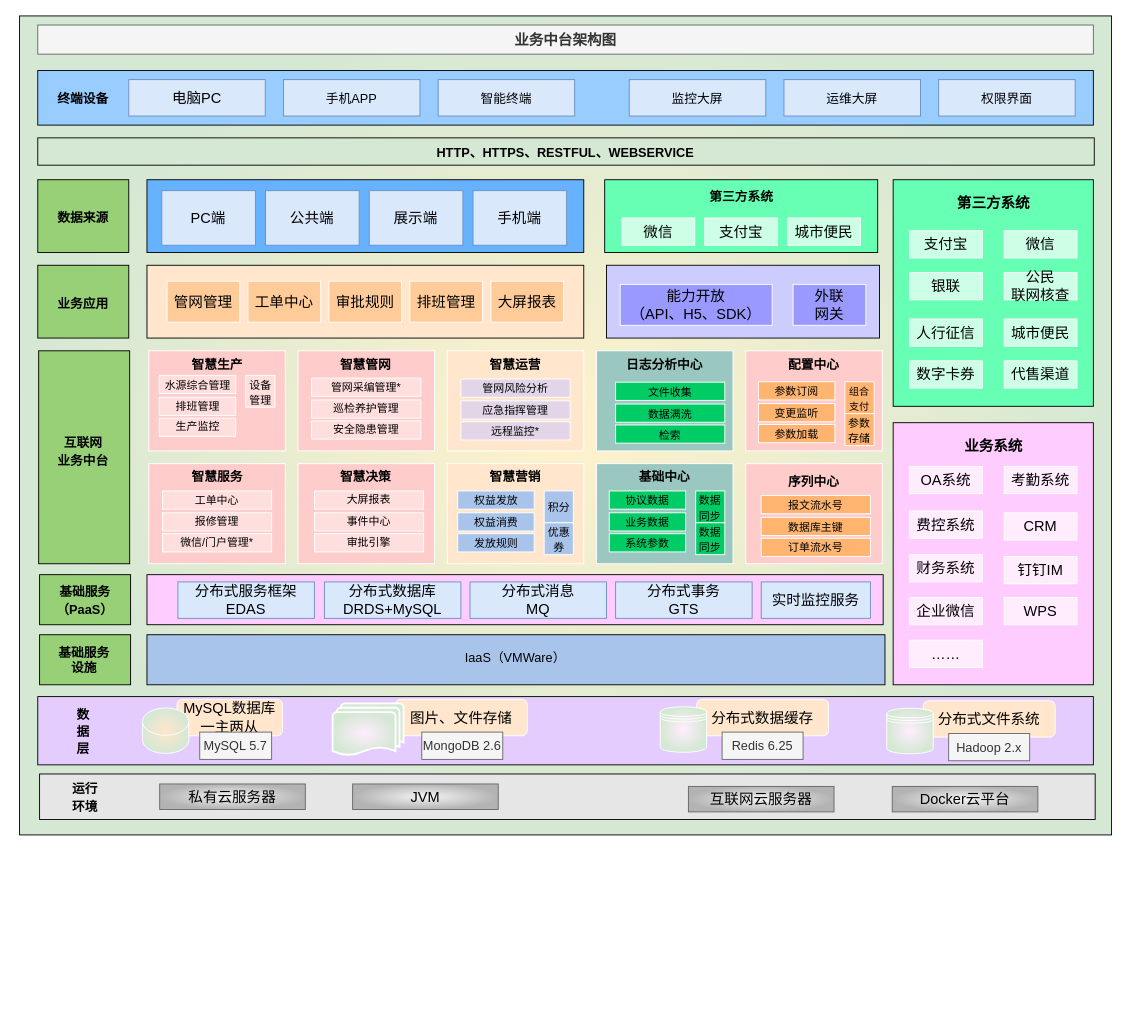
Above: BPMN/水务业务中台架构.drawio in LeanderChen/itpm.draw.io (draw.io), before the change. Source tidied: cells renumbered, new cells numbered last; positions are measured from the earlier drawing's top-left corner, leaving out a move shared by most shapes. Both pictures are drawn from the tidied source at 91%, with x=0, y=0 at pixel (19, 15).
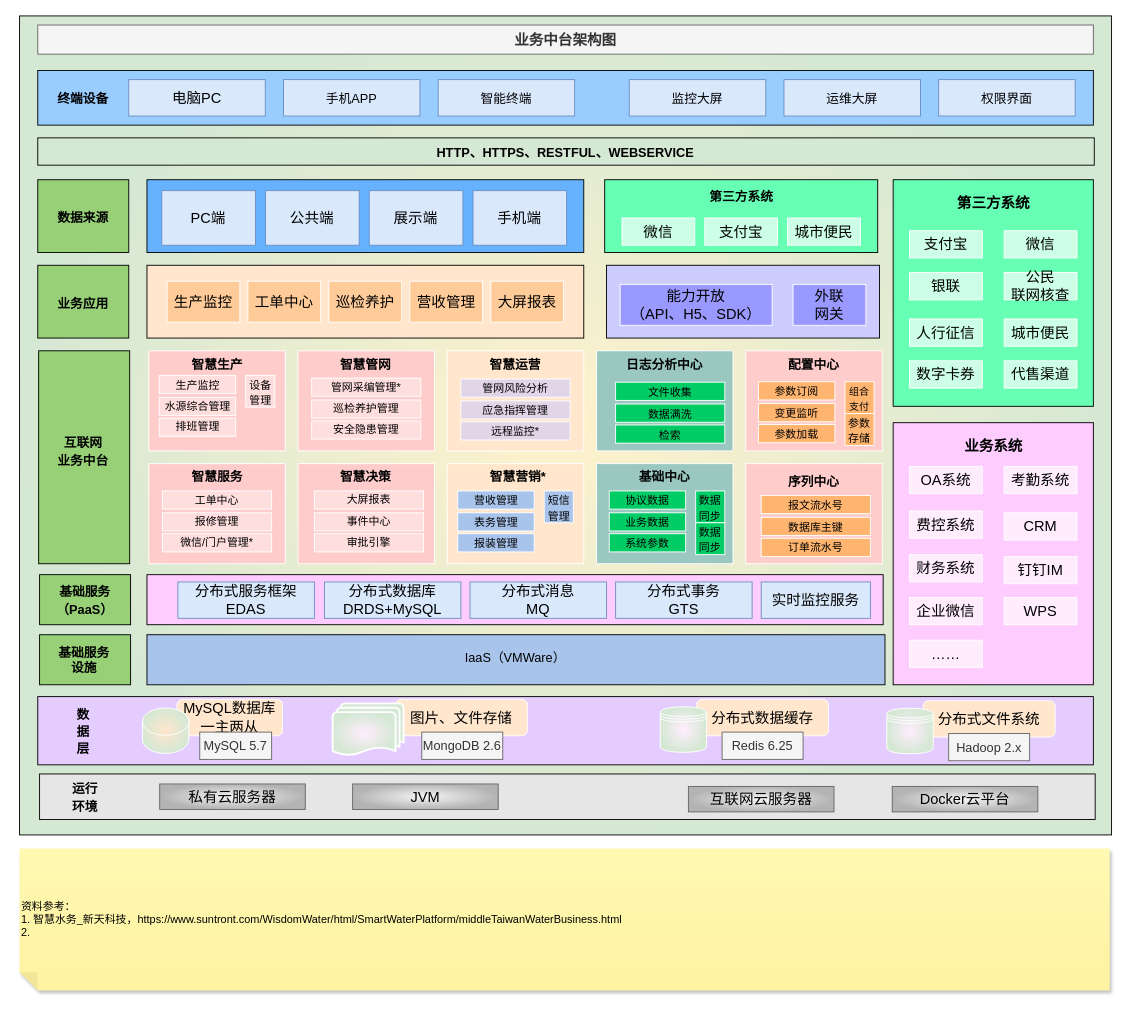
After the change.

Commit message:
upd 水务中台

Unchanged cells that the change refers to:
```xml
<mxCell id="53" style="group;" parent="1" vertex="1">
  <mxGeometry x="140" y="274" width="480" height="80" as="geometry" />
</mxCell>
```

Change to the diagram source:
```diff
@@
+    <mxCell id="166" parent="0" />
+    <mxCell id="167" value="&lt;span style=&quot;&quot;&gt;资料参考：&lt;/span&gt;&lt;br style=&quot;border-color: var(--border-color);&quot;&gt;&lt;span style=&quot;&quot;&gt;1. 智慧水务_新天科技，https://www.suntront.com/WisdomWater/html/SmartWaterPlatform/middleTaiwanWaterBusiness.html&amp;nbsp;&lt;/span&gt;&lt;br style=&quot;border-color: var(--border-color);&quot;&gt;&lt;span style=&quot;&quot;&gt;2.&amp;nbsp;&lt;/span&gt;" style="shape=note;whiteSpace=wrap;html=1;backgroundOutline=1;fontColor=#000000;darkOpacity=0.05;fillColor=#FFF9B2;strokeColor=none;fillStyle=solid;direction=west;gradientDirection=north;gradientColor=#FFF2A1;shadow=1;size=20;align=left;" parent="166" vertex="1">
+      <mxGeometry y="915" width="1198" height="156" as="geometry" />
+    </mxCell>
@@
-    <mxCell id="55" value="管网管理" style="rounded=0;whiteSpace=wrap;html=1;fontSize=16;strokeColor=#FFFFFF;fillColor=#FFCC99;" parent="53" vertex="1">
+    <mxCell id="55" value="生产监控" style="rounded=0;whiteSpace=wrap;html=1;fontSize=16;strokeColor=#FFFFFF;fillColor=#FFCC99;" parent="53" vertex="1">
       <mxGeometry x="22.1" y="17.5" width="80" height="45" as="geometry" />
     </mxCell>
@@
-    <mxCell id="57" value="审批规则" style="rounded=0;whiteSpace=wrap;html=1;fontSize=16;strokeColor=#FFFFFF;fillColor=#FFCC99;" parent="53" vertex="1">
+    <mxCell id="57" value="巡检养护" style="rounded=0;whiteSpace=wrap;html=1;fontSize=16;strokeColor=#FFFFFF;fillColor=#FFCC99;" parent="53" vertex="1">
       <mxGeometry x="199.9" y="17.5" width="80" height="45" as="geometry" />
     </mxCell>
-    <mxCell id="58" value="排班管理" style="rounded=0;whiteSpace=wrap;html=1;fontSize=16;strokeColor=#FFFFFF;fillColor=#FFCC99;" parent="53" vertex="1">
+    <mxCell id="58" value="营收管理" style="rounded=0;whiteSpace=wrap;html=1;fontSize=16;strokeColor=#FFFFFF;fillColor=#FFCC99;" parent="53" vertex="1">
       <mxGeometry x="288.9" y="17.5" width="80" height="45" as="geometry" />
     </mxCell>
@@
-    <mxCell id="93" value="&lt;b&gt;智慧营销&lt;/b&gt;" style="text;html=1;strokeColor=none;fillColor=none;align=center;verticalAlign=middle;whiteSpace=wrap;rounded=0;fontSize=14;" parent="1" vertex="1">
-      <mxGeometry x="515" y="492" width="60" height="30" as="geometry" />
+    <mxCell id="93" value="&lt;b&gt;智慧营销*&lt;/b&gt;" style="text;html=1;strokeColor=none;fillColor=none;align=center;verticalAlign=middle;whiteSpace=wrap;rounded=0;fontSize=14;" parent="1" vertex="1">
+      <mxGeometry x="515" y="492" width="66" height="30" as="geometry" />
     </mxCell>
@@
-    <mxCell id="119" value="&lt;font style=&quot;font-size: 12px;&quot;&gt;权益发放&lt;/font&gt;" style="text;html=1;strokeColor=#FFFFFF;fillColor=#A9C4EB;align=center;verticalAlign=middle;whiteSpace=wrap;rounded=0;fontSize=14;" parent="1" vertex="1">
+    <mxCell id="119" value="&lt;span style=&quot;font-size: 12px;&quot;&gt;营收管理&lt;/span&gt;" style="text;html=1;strokeColor=#FFFFFF;fillColor=#A9C4EB;align=center;verticalAlign=middle;whiteSpace=wrap;rounded=0;fontSize=14;" parent="1" vertex="1">
       <mxGeometry x="481.5" y="522" width="84" height="20" as="geometry" />
     </mxCell>
-    <mxCell id="120" value="&lt;font style=&quot;font-size: 12px;&quot;&gt;权益消费&lt;/font&gt;" style="text;html=1;strokeColor=#FFFFFF;fillColor=#A9C4EB;align=center;verticalAlign=middle;whiteSpace=wrap;rounded=0;fontSize=14;" parent="1" vertex="1">
+    <mxCell id="120" value="&lt;font style=&quot;font-size: 12px;&quot;&gt;表务管理&lt;/font&gt;" style="text;html=1;strokeColor=#FFFFFF;fillColor=#A9C4EB;align=center;verticalAlign=middle;whiteSpace=wrap;rounded=0;fontSize=14;" parent="1" vertex="1">
       <mxGeometry x="481.5" y="546" width="84" height="20" as="geometry" />
     </mxCell>
-    <mxCell id="121" value="&lt;font style=&quot;font-size: 12px;&quot;&gt;发放规则&lt;/font&gt;" style="text;html=1;strokeColor=#FFFFFF;fillColor=#A9C4EB;align=center;verticalAlign=middle;whiteSpace=wrap;rounded=0;fontSize=14;" parent="1" vertex="1">
+    <mxCell id="121" value="&lt;font style=&quot;font-size: 12px;&quot;&gt;报装管理&lt;/font&gt;" style="text;html=1;strokeColor=#FFFFFF;fillColor=#A9C4EB;align=center;verticalAlign=middle;whiteSpace=wrap;rounded=0;fontSize=14;" parent="1" vertex="1">
       <mxGeometry x="481.5" y="569" width="84" height="20" as="geometry" />
     </mxCell>
-    <mxCell id="122" value="&lt;span style=&quot;font-size: 12px;&quot;&gt;积分&lt;/span&gt;" style="text;html=1;strokeColor=#FFFFFF;fillColor=#A9C4EB;align=center;verticalAlign=middle;whiteSpace=wrap;rounded=0;fontSize=14;" parent="1" vertex="1">
+    <mxCell id="122" value="&lt;span style=&quot;font-size: 12px;&quot;&gt;短信管理&lt;/span&gt;" style="text;html=1;strokeColor=#FFFFFF;fillColor=#A9C4EB;align=center;verticalAlign=middle;whiteSpace=wrap;rounded=0;fontSize=14;" parent="1" vertex="1">
       <mxGeometry x="576.5" y="522" width="32" height="35" as="geometry" />
     </mxCell>
-    <mxCell id="123" value="&lt;span style=&quot;font-size: 12px;&quot;&gt;优惠券&lt;/span&gt;" style="text;html=1;strokeColor=#FFFFFF;fillColor=#A9C4EB;align=center;verticalAlign=middle;whiteSpace=wrap;rounded=0;fontSize=14;" parent="1" vertex="1">
-      <mxGeometry x="576.5" y="557" width="32" height="35" as="geometry" />
-    </mxCell>
@@
-    <mxCell id="154" value="&lt;span style=&quot;font-size: 12px;&quot;&gt;水源综合管理&lt;/span&gt;" style="text;html=1;strokeColor=#FFFFFF;fillColor=#FFDEDE;align=center;verticalAlign=middle;whiteSpace=wrap;rounded=0;fontSize=14;" parent="1" vertex="1">
+    <mxCell id="154" value="&lt;span style=&quot;font-size: 12px;&quot;&gt;生产监控&lt;/span&gt;" style="text;html=1;strokeColor=#FFFFFF;fillColor=#FFDEDE;align=center;verticalAlign=middle;whiteSpace=wrap;rounded=0;fontSize=14;" parent="1" vertex="1">
       <mxGeometry x="153.5" y="395" width="84" height="20" as="geometry" />
     </mxCell>
-    <mxCell id="155" value="排班管理" style="text;html=1;strokeColor=#FFFFFF;fillColor=#FFDEDE;align=center;verticalAlign=middle;whiteSpace=wrap;rounded=0;fontSize=12;" parent="1" vertex="1">
+    <mxCell id="155" value="水源综合管理" style="text;html=1;strokeColor=#FFFFFF;fillColor=#FFDEDE;align=center;verticalAlign=middle;whiteSpace=wrap;rounded=0;fontSize=12;" parent="1" vertex="1">
       <mxGeometry x="153.5" y="419" width="84" height="20" as="geometry" />
     </mxCell>
-    <mxCell id="156" value="生产监控" style="text;html=1;strokeColor=#FFFFFF;fillColor=#FFDEDE;align=center;verticalAlign=middle;whiteSpace=wrap;rounded=0;fontSize=12;" parent="1" vertex="1">
+    <mxCell id="156" value="排班管理" style="text;html=1;strokeColor=#FFFFFF;fillColor=#FFDEDE;align=center;verticalAlign=middle;whiteSpace=wrap;rounded=0;fontSize=12;" parent="1" vertex="1">
       <mxGeometry x="153.5" y="442" width="84" height="20" as="geometry" />
     </mxCell>
```
